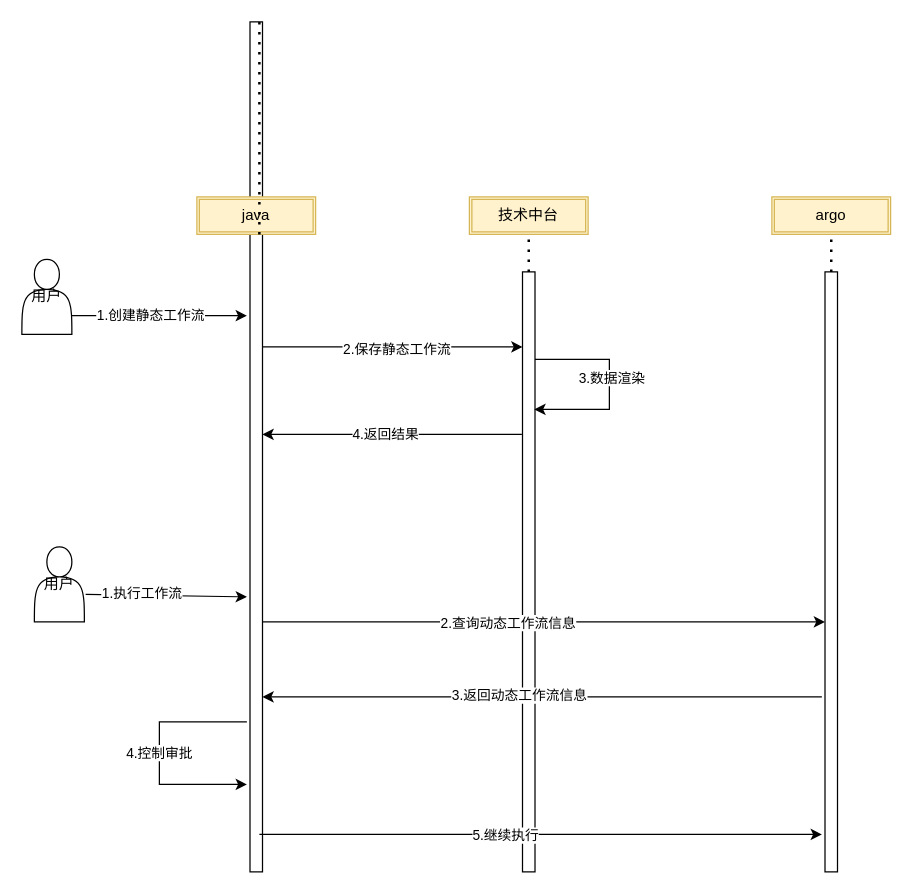
Earlier version of the draw.io diagram Untitled Diagram.drawio (mouuii/hello_world). Source tidied: cells renumbered, new cells numbered last; positions are measured from the earlier drawing's top-left corner, leaving out a move shared by most shapes. Both pictures are drawn from the tidied source at 125%, with x=0, y=0 at pixel (21, 21).
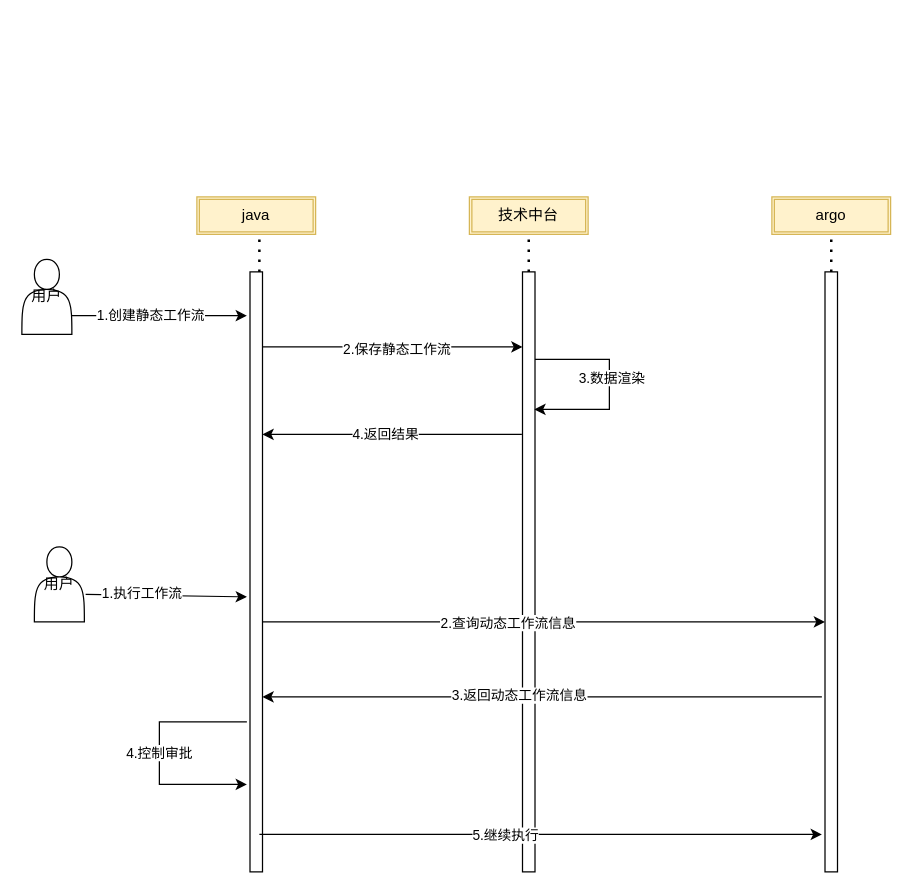
Above is the later version.

Change to the diagram source:
```diff
@@
     <mxCell id="7" style="html=1;points=[];perimeter=orthogonalPerimeter;outlineConnect=0;targetShapes=umlLifeline;portConstraint=eastwest;newEdgeStyle={&quot;edgeStyle&quot;:&quot;elbowEdgeStyle&quot;,&quot;elbow&quot;:&quot;vertical&quot;,&quot;curved&quot;:0,&quot;rounded&quot;:0};" parent="1" vertex="1">
-      <mxGeometry x="182.5" width="10" height="680" as="geometry" />
+      <mxGeometry x="182.5" y="200" width="10" height="480" as="geometry" />
     </mxCell>
@@
-    <mxCell id="9" style="endArrow=none;dashed=1;html=1;dashPattern=1 3;strokeWidth=2;rounded=0;" parent="1" edge="1" source="7">
-      <mxGeometry relative="1" as="geometry">
-        <mxPoint x="190" y="170" as="targetPoint" />
-      </mxGeometry>
-    </mxCell>
@@
+    <mxCell id="30" style="endArrow=none;dashed=1;html=1;dashPattern=1 3;strokeWidth=2;rounded=0;" parent="1" edge="1" source="7">
+      <mxGeometry relative="1" as="geometry">
+        <mxPoint x="190" y="170" as="targetPoint" />
+      </mxGeometry>
+    </mxCell>
```
